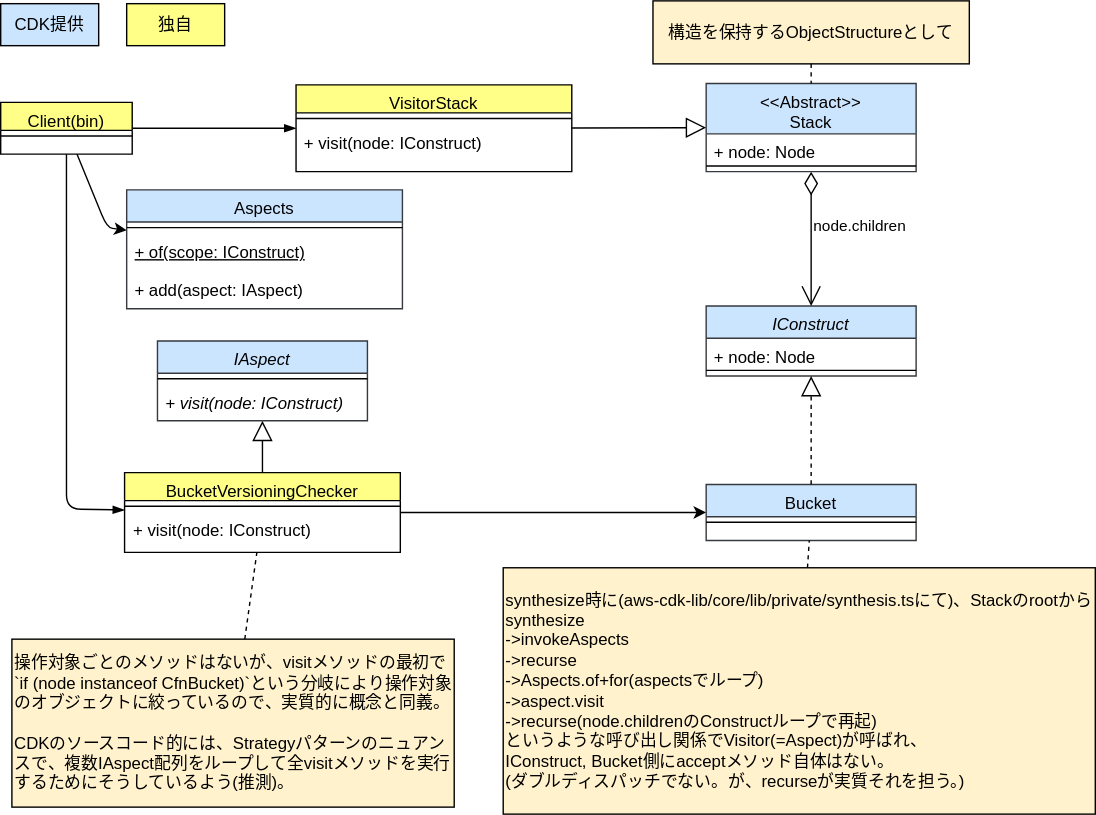
The draw.io diagram drawio/visitor/visitor-cdk-simplified.drawio.svg in go-to-k/cdk-gof-design-pattern, before a commit. Source tidied: cells renumbered, new cells last; positions are measured from the earlier drawing's top-left corner, leaving out a move shared by most shapes.
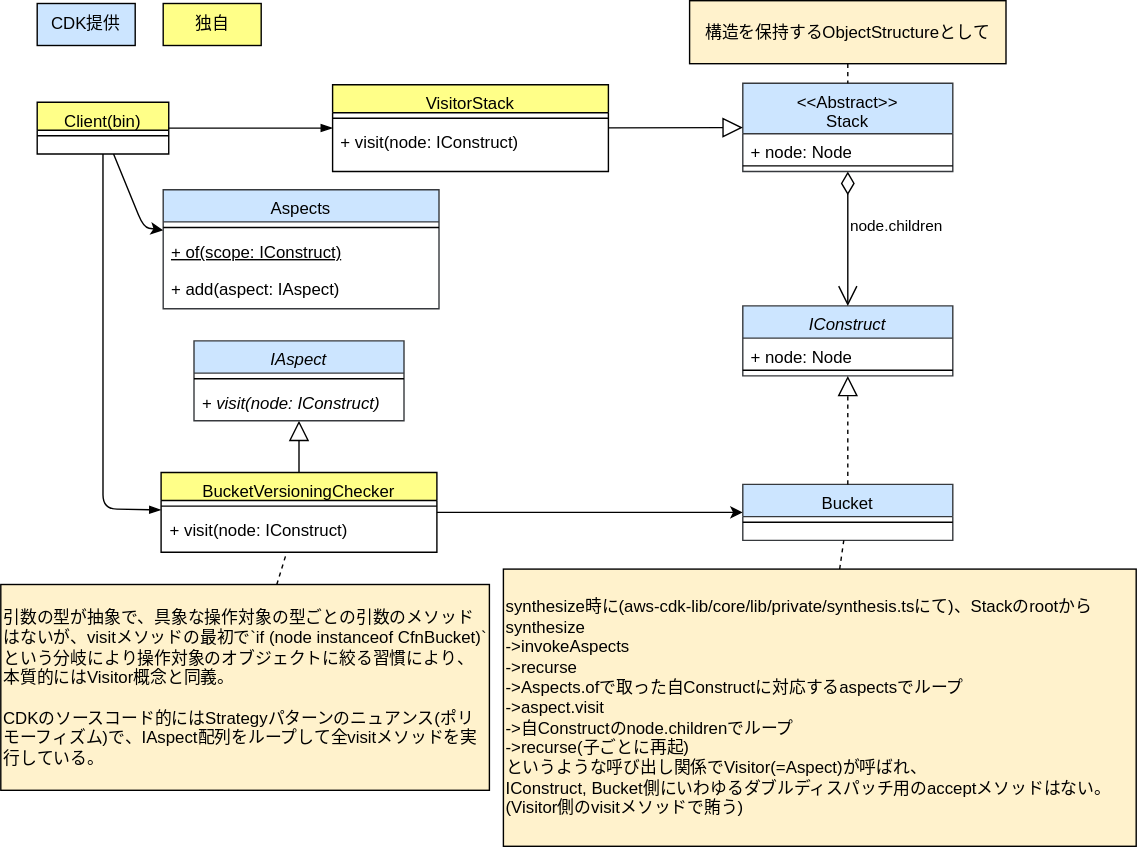
Later version of the same file.

Commit message:
update visitor diagrams

Change to the diagram source:
```diff
@@ -53,14 +53,14 @@
     <mxCell id="18" style="edgeStyle=none;html=1;strokeColor=#000000;endArrow=none;endFill=0;dashed=1;" parent="1" edge="1" source="19" target="5">
       <mxGeometry relative="1" as="geometry" />
     </mxCell>
-    <mxCell id="19" value="操作対象ごとのメソッドはないが、visitメソッドの最初で`if (node instanceof CfnBucket)`という分岐により操作対象のオブジェクトに絞っているので、実質的に概念と同義。&lt;br&gt;&lt;br&gt;CDKのソースコード的には、Strategyパターンのニュアンスで、複数IAspect配列をループして全visitメソッドを実行するためにそうしているよう(推測)。" style="text;html=1;strokeColor=#000000;fillColor=#fff2cc;align=left;verticalAlign=middle;whiteSpace=wrap;rounded=0;fontColor=#000000;" parent="1" vertex="1">
-      <mxGeometry x="8" y="456" width="316" height="120" as="geometry" />
+    <mxCell id="19" value="引数の型が抽象で、具象な操作対象の型ごとの引数のメソッドはないが、visitメソッドの最初で`if (node instanceof CfnBucket)`という分岐により操作対象のオブジェクトに絞る習慣により、本質的にはVisitor概念と同義。&lt;br&gt;&lt;br&gt;CDKのソースコード的にはStrategyパターンのニュアンス(ポリモーフィズム)で、IAspect配列をループして全visitメソッドを実行している。" style="text;html=1;strokeColor=#000000;fillColor=#fff2cc;align=left;verticalAlign=middle;whiteSpace=wrap;rounded=0;fontColor=#000000;" parent="1" vertex="1">
+      <mxGeometry x="-26" y="417" width="349" height="147" as="geometry" />
     </mxCell>
     <mxCell id="20" style="edgeStyle=none;html=1;dashed=1;strokeColor=#000000;endArrow=none;endFill=0;" parent="1" edge="1" source="21" target="12">
       <mxGeometry relative="1" as="geometry" />
     </mxCell>
-    <mxCell id="21" value="synthesize時に(aws-cdk-lib/core/lib/private/synthesis.tsにて)、Stackのrootから&lt;br&gt;synthesize&lt;br&gt;-&amp;gt;invokeAspects&lt;br&gt;-&amp;gt;recurse&lt;br&gt;-&amp;gt;Aspects.of+for(aspectsでループ)&lt;br&gt;-&amp;gt;aspect.visit&lt;br&gt;-&amp;gt;recurse(node.childrenのConstructループで再起)&lt;br&gt;というような呼び出し関係でVisitor(=Aspect)が呼ばれ、&lt;br&gt;IConstruct, Bucket側にacceptメソッド自体はない。&lt;br&gt;(ダブルディスパッチでない。が、recurseが実質それを担う。)" style="text;html=1;strokeColor=#000000;fillColor=#fff2cc;align=left;verticalAlign=middle;whiteSpace=wrap;rounded=0;fontColor=#000000;" parent="1" vertex="1">
-      <mxGeometry x="359" y="405" width="423" height="176" as="geometry" />
+    <mxCell id="21" value="synthesize時に(aws-cdk-lib/core/lib/private/synthesis.tsにて)、Stackのrootから&lt;br&gt;synthesize&lt;br&gt;&amp;nbsp; -&amp;gt;invokeAspects&lt;br&gt;&amp;nbsp; &amp;nbsp; -&amp;gt;recurse&lt;br&gt;&amp;nbsp; &amp;nbsp; &amp;nbsp; -&amp;gt;Aspects.ofで取った自Constructに対応するaspectsでループ&lt;br&gt;&amp;nbsp; &amp;nbsp; &amp;nbsp; &amp;nbsp; -&amp;gt;aspect.visit&lt;br&gt;&amp;nbsp; &amp;nbsp; &amp;nbsp; -&amp;gt;自Constructのnode.childrenでループ&lt;br&gt;&amp;nbsp; &amp;nbsp; &amp;nbsp; &amp;nbsp; -&amp;gt;recurse(子ごとに再起)&lt;br&gt;というような呼び出し関係でVisitor(=Aspect)が呼ばれ、&lt;br&gt;IConstruct, Bucket側にいわゆるダブルディスパッチ用のacceptメソッドはない。(Visitor側のvisitメソッドで賄う)" style="text;html=1;strokeColor=#000000;fillColor=#fff2cc;align=left;verticalAlign=middle;whiteSpace=wrap;rounded=0;fontColor=#000000;" parent="1" vertex="1">
+      <mxGeometry x="333" y="406" width="452" height="198" as="geometry" />
     </mxCell>
     <mxCell id="22" value="node.children" style="endArrow=open;html=1;endSize=12;startArrow=diamondThin;startSize=14;startFill=0;edgeStyle=orthogonalEdgeStyle;align=left;verticalAlign=bottom;rounded=0;fontColor=#000000;strokeColor=#000000;labelBackgroundColor=none;" parent="1" edge="1" source="23" target="14">
       <mxGeometry relative="1" as="geometry" />
```
